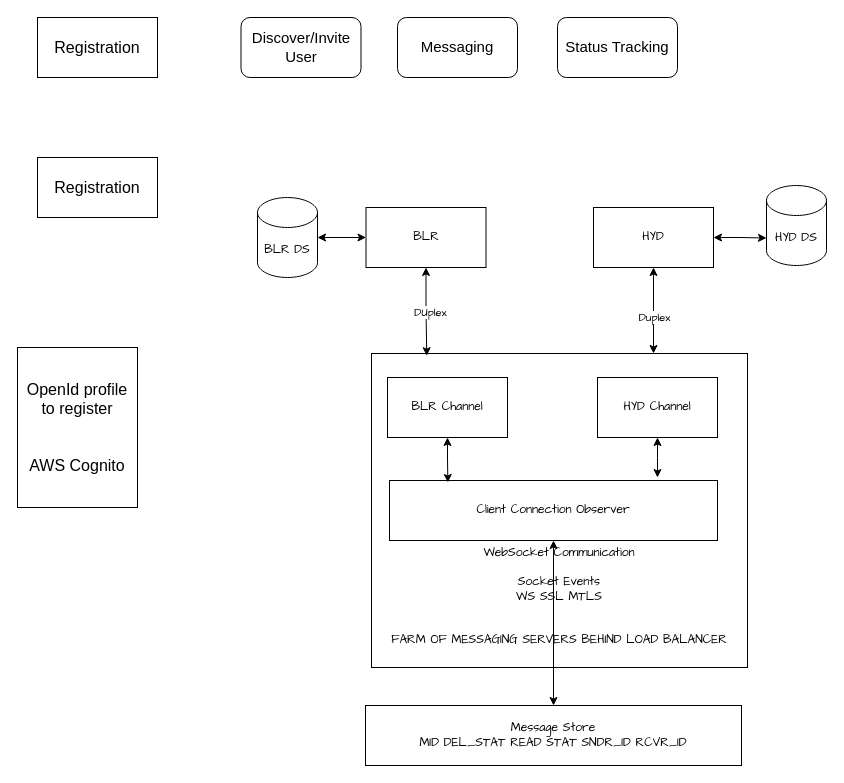
Earlier version of the draw.io diagram test.drawio (itzmedinesh/drawings). Source tidied: cells renumbered, new cells numbered last; positions are measured from the earlier drawing's top-left corner, leaving out a move shared by most shapes. Both pictures are drawn from the tidied source at 100%, with x=0, y=0 at pixel (17, 17).
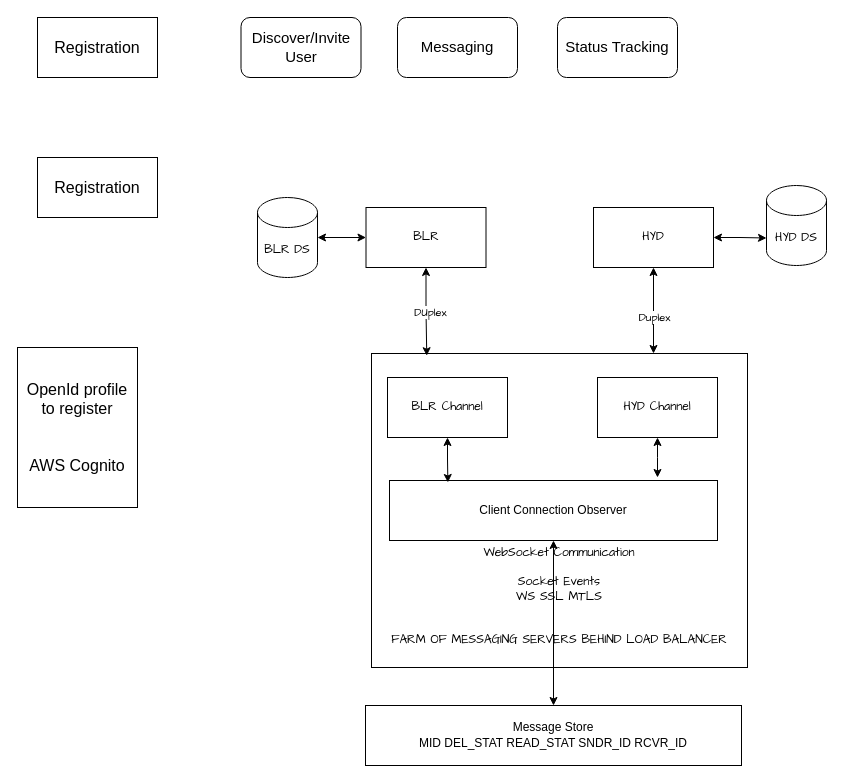
After the change.

The edit, as a diff of the source:
```diff
@@
-    <mxCell id="11" value="Message Store&lt;div&gt;MID DEL_STAT READ STAT SNDR_ID RCVR_ID&lt;/div&gt;" style="rounded=0;whiteSpace=wrap;html=1;hachureGap=4;fontFamily=Architects Daughter;" parent="1" vertex="1">
+    <mxCell id="11" value="&lt;font face=&quot;Helvetica&quot;&gt;Message Store&lt;/font&gt;&lt;div&gt;&lt;font face=&quot;PSc89JxsfDf7Wilop8zN&quot;&gt;MID DEL_STAT READ_STAT SNDR_ID RCVR_ID&lt;/font&gt;&lt;/div&gt;" style="rounded=0;whiteSpace=wrap;html=1;hachureGap=4;fontFamily=Architects Daughter;" parent="1" vertex="1">
       <mxGeometry x="348" y="688" width="376" height="60" as="geometry" />
     </mxCell>
@@
-    <mxCell id="20" value="Client Connection Observer" style="rounded=0;whiteSpace=wrap;html=1;hachureGap=4;fontFamily=Architects Daughter;" parent="1" vertex="1">
+    <mxCell id="20" value="&lt;font face=&quot;Helvetica&quot;&gt;Client Connection Observer&lt;/font&gt;" style="rounded=0;whiteSpace=wrap;html=1;hachureGap=4;fontFamily=Architects Daughter;" parent="1" vertex="1">
       <mxGeometry x="372" y="463" width="328" height="60" as="geometry" />
     </mxCell>
```
